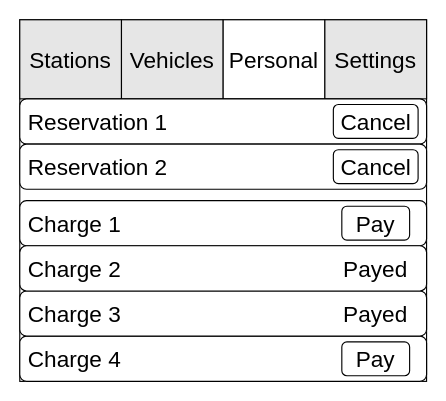
NiccoloN/emall-polimi-softeng2-2023 keeps this draw.io diagram as RASD/UI mockups/Personal page.drawio. Above is the earlier version. Source tidied: cells renumbered, new cells numbered last; positions are measured from the earlier drawing's top-left corner, leaving out a move shared by most shapes. Both pictures are drawn from the tidied source at 113%, with x=0, y=0 at pixel (19, 19).
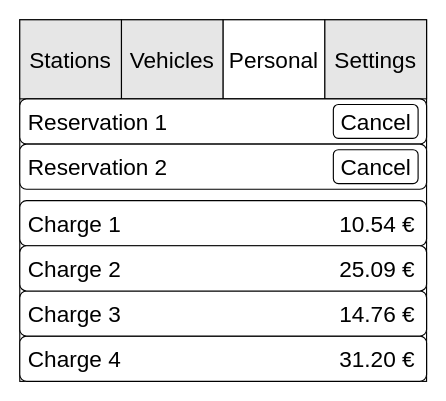
Above is the later version.

Diff of the diagram source:
```diff
@@
 <mxGraphModel>
   <root>
     <mxCell id="0" />
     <mxCell id="1" parent="0" />
     <mxCell id="2" style="rounded=0;whiteSpace=wrap;html=1;fontSize=20;" parent="1" vertex="1">
       <mxGeometry width="360" height="320" as="geometry" />
     </mxCell>
     <mxCell id="3" value="Stations" style="rounded=0;whiteSpace=wrap;html=1;fontSize=20;fontColor=#000000;fillColor=#E6E6E6;strokeColor=#000000;" parent="1" vertex="1">
       <mxGeometry width="90" height="70" as="geometry" />
     </mxCell>
     <mxCell id="4" value="Vehicles" style="rounded=0;whiteSpace=wrap;html=1;fontSize=20;fontColor=#000000;fillColor=#E6E6E6;" parent="1" vertex="1">
       <mxGeometry x="90" width="90" height="70" as="geometry" />
     </mxCell>
     <mxCell id="5" value="Personal" style="rounded=0;whiteSpace=wrap;html=1;fontSize=20;fontColor=#000000;fillColor=#FFFFFF;" parent="1" vertex="1">
       <mxGeometry x="180" width="90" height="70" as="geometry" />
     </mxCell>
     <mxCell id="6" value="Settings" style="rounded=0;whiteSpace=wrap;html=1;fontSize=20;fontColor=#000000;fillColor=#E6E6E6;" parent="1" vertex="1">
       <mxGeometry x="270" width="90" height="70" as="geometry" />
     </mxCell>
     <mxCell id="7" value="&amp;nbsp;Reservation 1" style="rounded=1;whiteSpace=wrap;html=1;fontSize=20;fontColor=#000000;strokeColor=#000000;fillColor=#FFFFFF;align=left;" parent="1" vertex="1">
       <mxGeometry y="70" width="360" height="40" as="geometry" />
     </mxCell>
     <mxCell id="8" value="&amp;nbsp;Reservation 2" style="rounded=1;whiteSpace=wrap;html=1;fontSize=20;fontColor=#000000;strokeColor=#000000;fillColor=#FFFFFF;align=left;" parent="1" vertex="1">
       <mxGeometry y="110" width="360" height="40" as="geometry" />
     </mxCell>
     <mxCell id="9" value="Cancel" style="rounded=1;whiteSpace=wrap;html=1;fontSize=20;fontColor=#000000;strokeColor=#000000;fillColor=#FFFFFF;" parent="1" vertex="1">
       <mxGeometry x="277.5" y="75" width="75" height="30" as="geometry" />
     </mxCell>
     <mxCell id="10" value="Cancel" style="rounded=1;whiteSpace=wrap;html=1;fontSize=20;fontColor=#000000;strokeColor=#000000;fillColor=#FFFFFF;" parent="1" vertex="1">
       <mxGeometry x="277.5" y="115" width="75" height="30" as="geometry" />
     </mxCell>
     <mxCell id="11" value="&amp;nbsp;Charge 1" style="rounded=1;whiteSpace=wrap;html=1;fontSize=20;fontColor=#000000;strokeColor=#000000;fillColor=#FFFFFF;align=left;" parent="1" vertex="1">
       <mxGeometry y="160" width="360" height="40" as="geometry" />
     </mxCell>
     <mxCell id="12" value="&amp;nbsp;Charge 4" style="rounded=1;whiteSpace=wrap;html=1;fontSize=20;fontColor=#000000;strokeColor=#000000;fillColor=#FFFFFF;align=left;" parent="1" vertex="1">
       <mxGeometry y="280" width="360" height="40" as="geometry" />
     </mxCell>
     <mxCell id="13" value="&amp;nbsp;Charge 3" style="rounded=1;whiteSpace=wrap;html=1;fontSize=20;fontColor=#000000;strokeColor=#000000;fillColor=#FFFFFF;align=left;" parent="1" vertex="1">
       <mxGeometry y="240" width="360" height="40" as="geometry" />
     </mxCell>
     <mxCell id="14" value="&amp;nbsp;Charge 2" style="rounded=1;whiteSpace=wrap;html=1;fontSize=20;fontColor=#000000;strokeColor=#000000;fillColor=#FFFFFF;align=left;" parent="1" vertex="1">
       <mxGeometry y="200" width="360" height="40" as="geometry" />
     </mxCell>
-    <mxCell id="15" value="Pay" style="rounded=1;whiteSpace=wrap;html=1;fontSize=20;fontColor=#000000;strokeColor=#000000;fillColor=#FFFFFF;" parent="1" vertex="1">
-      <mxGeometry x="285" y="165" width="60" height="30" as="geometry" />
-    </mxCell>
-    <mxCell id="16" value="Pay" style="rounded=1;whiteSpace=wrap;html=1;fontSize=20;fontColor=#000000;strokeColor=#000000;fillColor=#FFFFFF;" parent="1" vertex="1">
-      <mxGeometry x="285" y="285" width="60" height="30" as="geometry" />
-    </mxCell>
-    <mxCell id="17" value="Payed" style="text;html=1;strokeColor=none;fillColor=none;align=center;verticalAlign=middle;whiteSpace=wrap;rounded=0;fontSize=20;fontColor=#000000;" parent="1" vertex="1">
-      <mxGeometry x="285" y="205" width="60" height="30" as="geometry" />
+    <mxCell id="17" value="25.09 €" style="text;html=1;strokeColor=none;fillColor=none;align=center;verticalAlign=middle;whiteSpace=wrap;rounded=0;fontSize=20;fontColor=#000000;" parent="1" vertex="1">
+      <mxGeometry x="280" y="205" width="72.5" height="30" as="geometry" />
     </mxCell>
-    <mxCell id="18" value="Payed" style="text;html=1;strokeColor=none;fillColor=none;align=center;verticalAlign=middle;whiteSpace=wrap;rounded=0;fontSize=20;fontColor=#000000;" parent="1" vertex="1">
-      <mxGeometry x="285" y="245" width="60" height="30" as="geometry" />
-    </mxCell>
+    <mxCell id="19" value="10.54 €" style="text;html=1;strokeColor=none;fillColor=none;align=center;verticalAlign=middle;whiteSpace=wrap;rounded=0;fontSize=20;fontColor=#000000;" parent="1" vertex="1">
+      <mxGeometry x="280" y="165" width="72.5" height="30" as="geometry" />
+    </mxCell>
+    <mxCell id="20" value="14.76 €" style="text;html=1;strokeColor=none;fillColor=none;align=center;verticalAlign=middle;whiteSpace=wrap;rounded=0;fontSize=20;fontColor=#000000;" parent="1" vertex="1">
+      <mxGeometry x="280" y="245" width="72.5" height="30" as="geometry" />
+    </mxCell>
+    <mxCell id="21" value="31.20 €" style="text;html=1;strokeColor=none;fillColor=none;align=center;verticalAlign=middle;whiteSpace=wrap;rounded=0;fontSize=20;fontColor=#000000;" parent="1" vertex="1">
+      <mxGeometry x="280" y="285" width="72.5" height="30" as="geometry" />
+    </mxCell>
   </root>
 </mxGraphModel>
```
